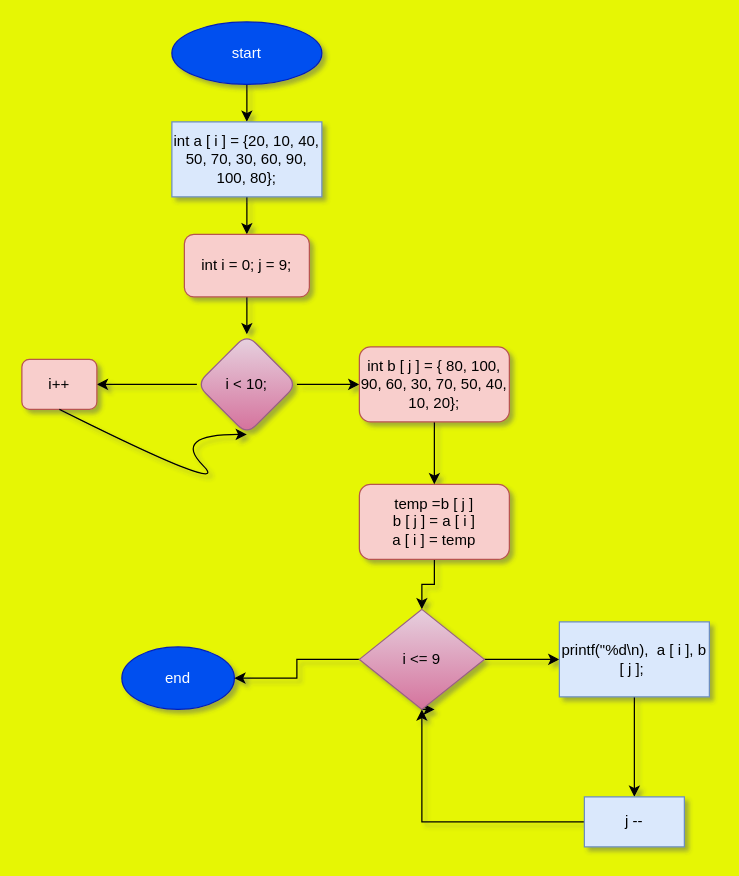
tanhadiya/expert-robot keeps this draw.io diagram as diya.drawio. Above is the earlier version. Source tidied: cells renumbered, new cells numbered last; positions are measured from the earlier drawing's top-left corner, leaving out a move shared by most shapes. Both pictures are drawn from the tidied source at 125%, with x=0, y=0 at pixel (21, 21).
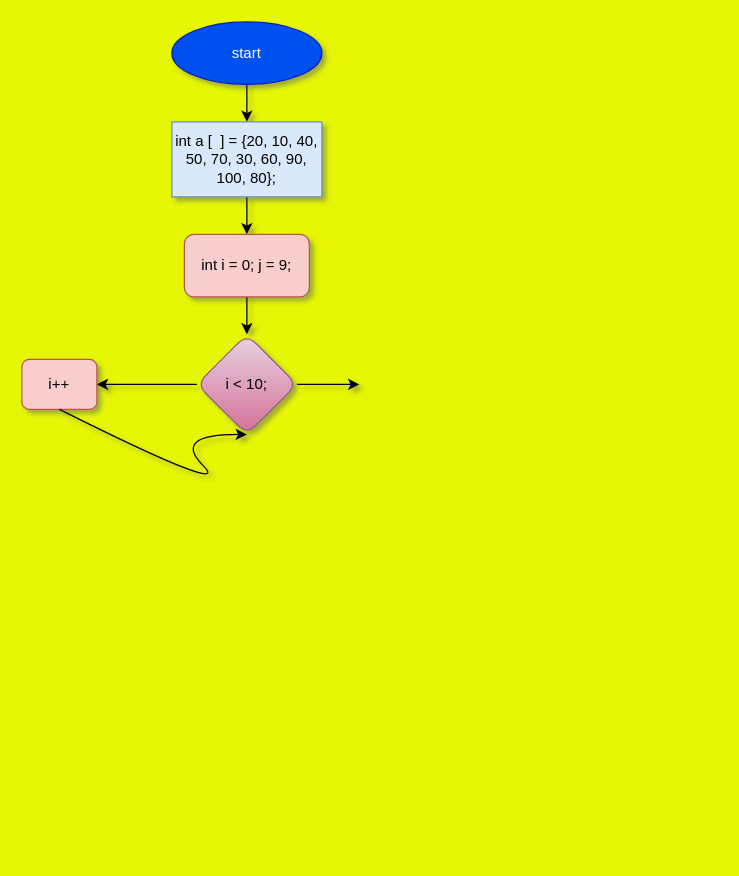
After the change.

What changed in the source:
```diff
@@
-    <mxCell id="5" value="int a [ i ] = {20, 10, 40, 50, 70, 30, 60, 90, 100, 80};" style="whiteSpace=wrap;html=1;fillColor=#dae8fc;strokeColor=#6c8ebf;" parent="1" vertex="1">
+    <mxCell id="5" value="int a [&amp;nbsp; ] = {20, 10, 40, 50, 70, 30, 60, 90, 100, 80};" style="whiteSpace=wrap;html=1;fillColor=#dae8fc;strokeColor=#6c8ebf;" parent="1" vertex="1">
       <mxGeometry x="120" y="80" width="120" height="60" as="geometry" />
     </mxCell>
@@
-    <mxCell id="11" style="edgeStyle=orthogonalEdgeStyle;rounded=0;jettySize=auto;html=1;" parent="1" edge="1" source="12" target="21">
-      <mxGeometry relative="1" as="geometry" />
-    </mxCell>
-    <mxCell id="12" value="temp =b [ j ]&lt;br&gt;b [ j ] = a [ i ]&lt;br&gt;a [ i ] = temp" style="whiteSpace=wrap;html=1;rounded=1;fillColor=#f8cecc;strokeColor=#b85450;" parent="1" vertex="1">
-      <mxGeometry x="270" y="370" width="120" height="60" as="geometry" />
-    </mxCell>
-    <mxCell id="13" value="end" style="ellipse;whiteSpace=wrap;html=1;fillColor=#0050ef;fontColor=#ffffff;strokeColor=#001DBC;" parent="1" vertex="1">
-      <mxGeometry x="80" y="500" width="90" height="50" as="geometry" />
-    </mxCell>
-    <mxCell id="14" style="edgeStyle=orthogonalEdgeStyle;rounded=0;jettySize=auto;html=1;" parent="1" edge="1" source="15" target="12">
-      <mxGeometry relative="1" as="geometry" />
-    </mxCell>
-    <mxCell id="15" value="int b [ j ] = { 80, 100, 90, 60, 30, 70, 50, 40, 10, 20};" style="rounded=1;whiteSpace=wrap;html=1;fillColor=#f8cecc;strokeColor=#b85450;" parent="1" vertex="1">
-      <mxGeometry x="270" y="260" width="120" height="60" as="geometry" />
-    </mxCell>
@@
-    <mxCell id="18" style="edgeStyle=orthogonalEdgeStyle;rounded=0;jettySize=auto;html=1;" parent="1" edge="1" source="21" target="23">
-      <mxGeometry relative="1" as="geometry" />
-    </mxCell>
-    <mxCell id="19" style="edgeStyle=orthogonalEdgeStyle;rounded=0;jettySize=auto;html=1;exitX=0.5;exitY=1;exitDx=0;exitDy=0;" parent="1" edge="1" source="21">
-      <mxGeometry relative="1" as="geometry">
-        <mxPoint x="330.2" y="550.3" as="targetPoint" />
-      </mxGeometry>
-    </mxCell>
-    <mxCell id="20" style="edgeStyle=orthogonalEdgeStyle;rounded=0;jettySize=auto;html=1;exitX=0;exitY=0.5;exitDx=0;exitDy=0;entryX=1;entryY=0.5;entryDx=0;entryDy=0;" parent="1" edge="1" source="21" target="13">
-      <mxGeometry relative="1" as="geometry" />
-    </mxCell>
-    <mxCell id="21" value="i &amp;lt;= 9" style="rhombus;whiteSpace=wrap;html=1;fillColor=#e6d0de;strokeColor=#996185;gradientColor=#d5739d;" parent="1" vertex="1">
-      <mxGeometry x="270" y="470" width="100" height="80" as="geometry" />
-    </mxCell>
-    <mxCell id="22" style="edgeStyle=orthogonalEdgeStyle;rounded=0;jettySize=auto;html=1;" parent="1" edge="1" source="23" target="25">
-      <mxGeometry relative="1" as="geometry" />
-    </mxCell>
-    <mxCell id="23" value="printf(&quot;%d\n),&amp;nbsp; a [ i ], b [ j ];&amp;nbsp;" style="whiteSpace=wrap;html=1;fillColor=#dae8fc;strokeColor=#6c8ebf;" parent="1" vertex="1">
-      <mxGeometry x="430" y="480" width="120" height="60" as="geometry" />
-    </mxCell>
-    <mxCell id="24" style="edgeStyle=orthogonalEdgeStyle;rounded=0;jettySize=auto;html=1;exitX=0;exitY=0.5;exitDx=0;exitDy=0;entryX=0.5;entryY=1;entryDx=0;entryDy=0;" parent="1" edge="1" source="25" target="21">
-      <mxGeometry relative="1" as="geometry" />
-    </mxCell>
-    <mxCell id="25" value="j --" style="whiteSpace=wrap;html=1;fillColor=#dae8fc;strokeColor=#6c8ebf;" parent="1" vertex="1">
-      <mxGeometry x="450" y="620" width="80" height="40" as="geometry" />
-    </mxCell>
```
